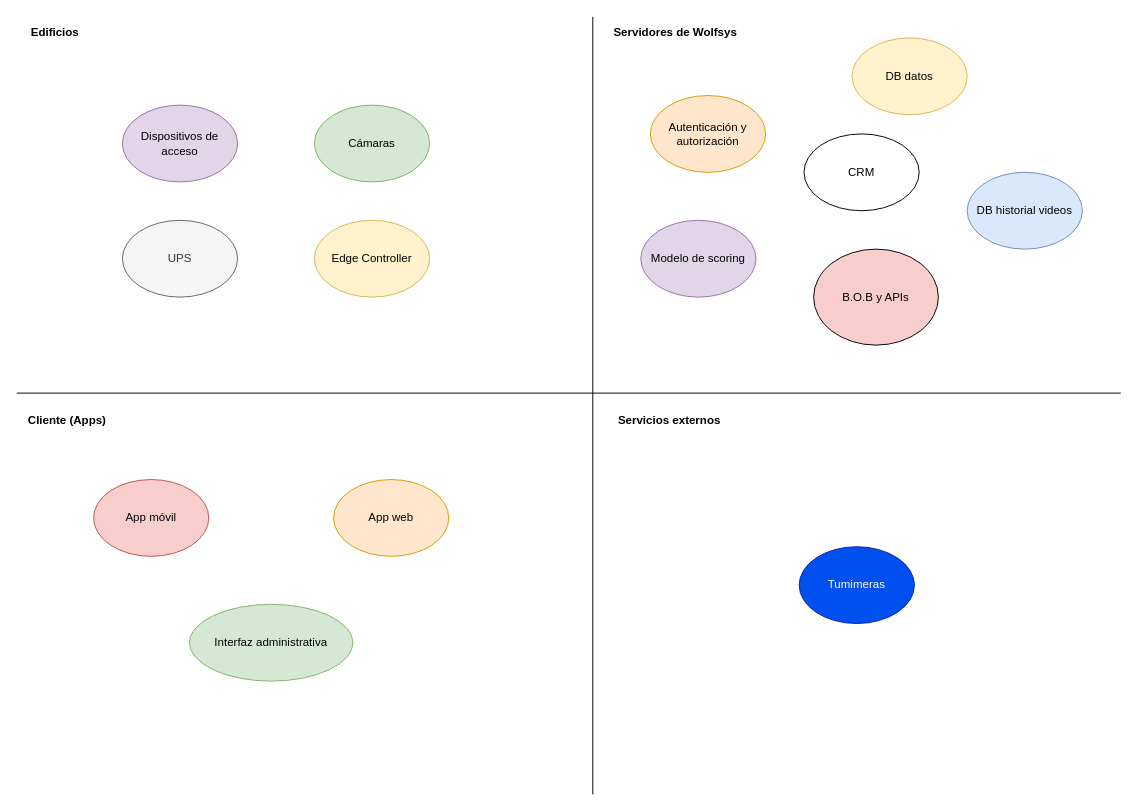
Before: Documentación de la arquitectura/Diagramas/Editables-drawio/Diagrama-de-locacion.drawio in LIMoreno04/Caso-de-estudio---WolfSys---Arquitectura, a draw.io diagram. Source tidied: cells renumbered, new cells numbered last; positions are measured from the earlier drawing's top-left corner, leaving out a move shared by most shapes. Both pictures are drawn from the tidied source at 96%, with x=0, y=0 at pixel (16, 16).
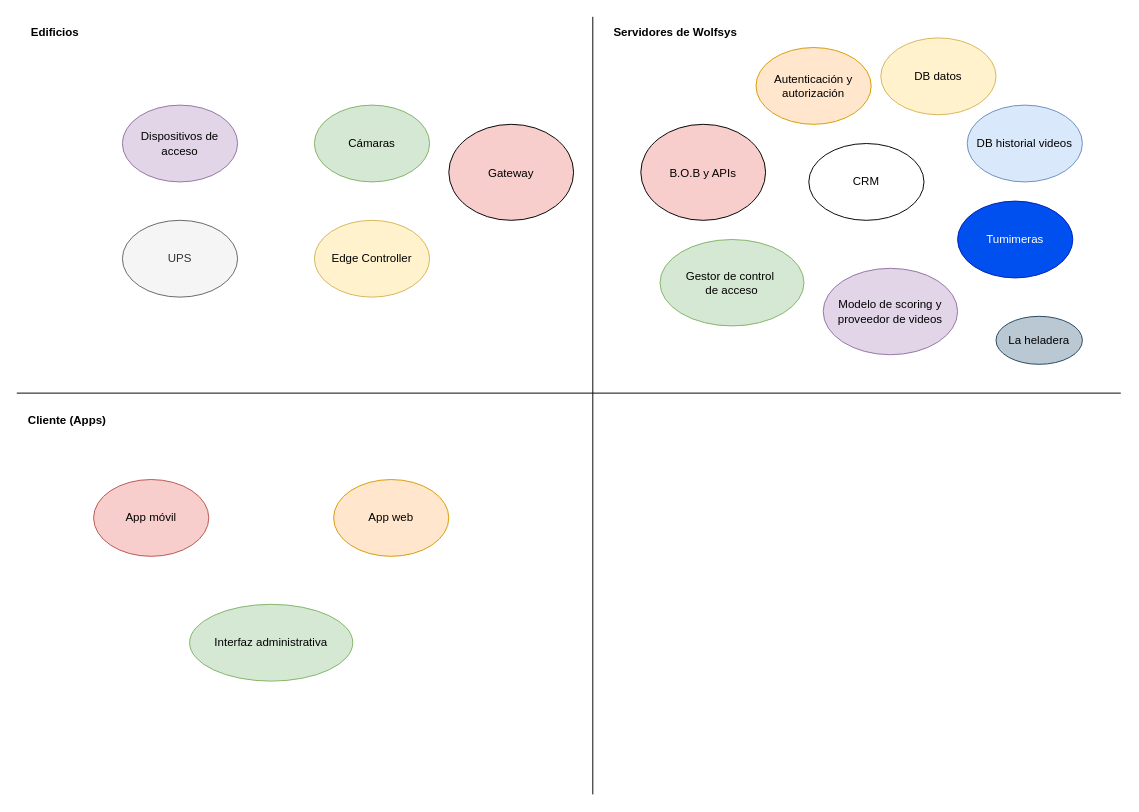
After the change.

Change to the diagram source:
```diff
@@
     <mxCell id="7" value="B.O.B y APIs" style="shape=ellipse;fillColor=#f8cecc;" parent="1" vertex="1">
-      <mxGeometry x="830" y="242" width="130" height="100" as="geometry" />
+      <mxGeometry x="650" y="112" width="130" height="100" as="geometry" />
     </mxCell>
@@
-    <mxCell id="15" value="Modelo de scoring" style="ellipse;whiteSpace=wrap;html=1;fillColor=#e1d5e7;strokeColor=#9673a6;" parent="1" vertex="1">
-      <mxGeometry x="650" y="212" width="120" height="80" as="geometry" />
+    <mxCell id="15" value="Modelo de scoring y proveedor de videos" style="ellipse;whiteSpace=wrap;html=1;fillColor=#e1d5e7;strokeColor=#9673a6;" parent="1" vertex="1">
+      <mxGeometry x="840" y="262" width="140" height="90" as="geometry" />
     </mxCell>
     <mxCell id="16" value="DB datos" style="ellipse;whiteSpace=wrap;html=1;fillColor=#fff2cc;strokeColor=#d6b656;" parent="1" vertex="1">
-      <mxGeometry x="870" y="22" width="120" height="80" as="geometry" />
+      <mxGeometry x="900" y="22" width="120" height="80" as="geometry" />
     </mxCell>
     <mxCell id="17" value="CRM" style="ellipse;whiteSpace=wrap;html=1;" parent="1" vertex="1">
-      <mxGeometry x="820" y="122" width="120" height="80" as="geometry" />
+      <mxGeometry x="825" y="132" width="120" height="80" as="geometry" />
     </mxCell>
     <mxCell id="18" value="Autenticación y autorización" style="ellipse;whiteSpace=wrap;html=1;fillColor=#ffe6cc;strokeColor=#d79b00;" parent="1" vertex="1">
-      <mxGeometry x="660" y="82" width="120" height="80" as="geometry" />
+      <mxGeometry x="770" y="32" width="120" height="80" as="geometry" />
     </mxCell>
     <mxCell id="19" value="DB historial videos" style="ellipse;whiteSpace=wrap;html=1;fillColor=#dae8fc;strokeColor=#6c8ebf;" parent="1" vertex="1">
-      <mxGeometry x="990" y="162" width="120" height="80" as="geometry" />
+      <mxGeometry x="990" y="92" width="120" height="80" as="geometry" />
     </mxCell>
-    <mxCell id="20" value="Servicios externos" style="text;html=1;align=center;verticalAlign=middle;whiteSpace=wrap;rounded=0;fontStyle=1;" parent="1" vertex="1">
-      <mxGeometry x="620" y="406" width="120" height="30" as="geometry" />
-    </mxCell>
     <mxCell id="21" value="Tumimeras" style="ellipse;whiteSpace=wrap;html=1;fillColor=#0050ef;fontColor=#ffffff;strokeColor=#001DBC;" parent="1" vertex="1">
-      <mxGeometry x="815" y="552" width="120" height="80" as="geometry" />
+      <mxGeometry x="980" y="192" width="120" height="80" as="geometry" />
     </mxCell>
+    <mxCell id="22" value="Gestor de control &#10;de acceso" style="shape=ellipse;fillColor=#d5e8d4;strokeColor=#82b366;" parent="1" vertex="1">
+      <mxGeometry x="670" y="232" width="150" height="90" as="geometry" />
+    </mxCell>
+    <mxCell id="23" value="La heladera" style="ellipse;whiteSpace=wrap;html=1;fillColor=#bac8d3;strokeColor=#23445d;" parent="1" vertex="1">
+      <mxGeometry x="1020" y="312" width="90" height="50" as="geometry" />
+    </mxCell>
+    <mxCell id="24" value="Gateway" style="shape=ellipse;fillColor=#f8cecc;" parent="1" vertex="1">
+      <mxGeometry x="450" y="112" width="130" height="100" as="geometry" />
+    </mxCell>
```
